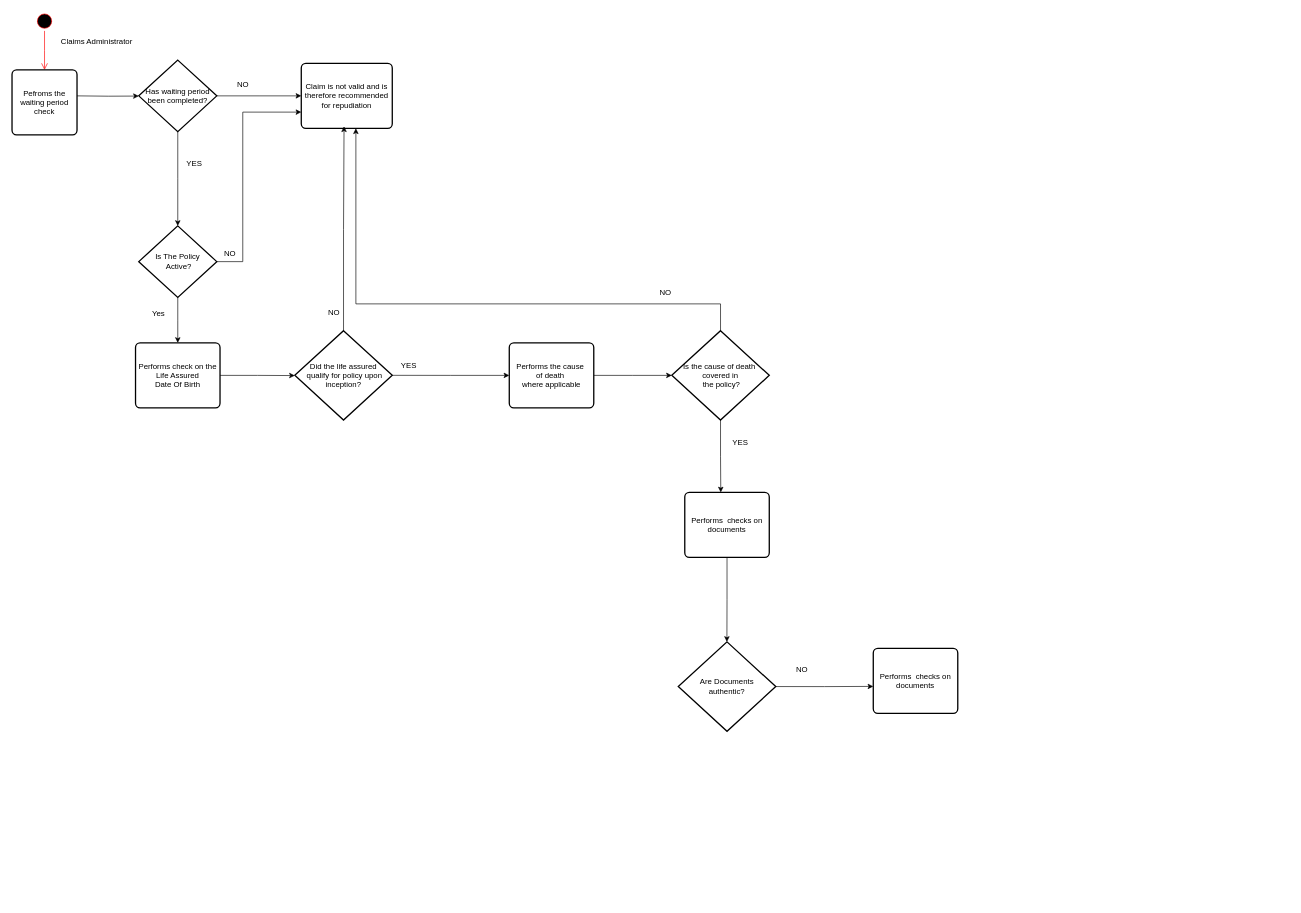
Earlier version of the draw.io diagram Performance of Checks and Calculation of Payable Amount.drawio (mokaty1818795/ticketing). Source tidied: cells renumbered, new cells numbered last; positions are measured from the earlier drawing's top-left corner, leaving out a move shared by most shapes. Both pictures are drawn from the tidied source at 65%, with x=0, y=0 at pixel (12, 11).
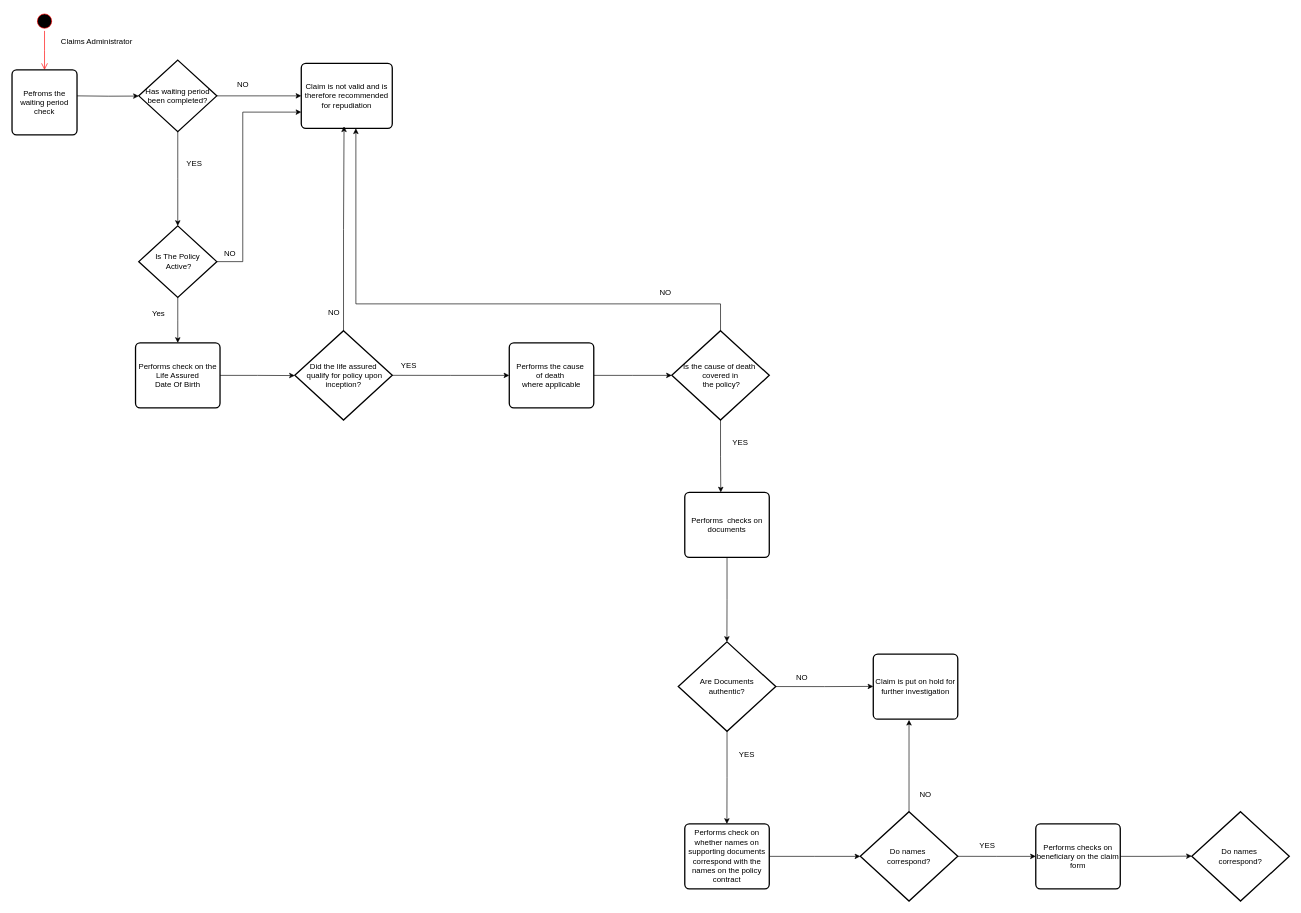
After the change.

Unchanged cells that the change refers to:
```xml
<mxCell id="35" value="Are Documents&lt;br&gt;authentic?" style="strokeWidth=2;html=1;shape=mxgraph.flowchart.decision;whiteSpace=wrap;" parent="1" vertex="1">
  <mxGeometry x="1025" y="970" width="150" height="137.5" as="geometry" />
</mxCell>
```

Change to the diagram source:
```diff
@@
+    <mxCell id="38" style="edgeStyle=orthogonalEdgeStyle;rounded=0;jettySize=auto;html=1;exitX=0.5;exitY=1;exitDx=0;exitDy=0;exitPerimeter=0;" parent="1" edge="1" source="35">
+      <mxGeometry relative="1" as="geometry">
+        <mxPoint x="1099.8" y="1250" as="targetPoint" />
+      </mxGeometry>
+    </mxCell>
@@
     <mxCell id="36" value="NO" style="text;html=1;align=center;verticalAlign=middle;strokeColor=none;fillColor=none;" parent="1" vertex="1">
-      <mxGeometry x="1195" y="998" width="40" height="30" as="geometry" />
+      <mxGeometry x="1195" y="1010" width="40" height="30" as="geometry" />
     </mxCell>
-    <mxCell id="37" value="Performs&amp;nbsp; checks on documents" style="rounded=1;whiteSpace=wrap;html=1;absoluteArcSize=1;arcSize=14;strokeWidth=2;" parent="1" vertex="1">
-      <mxGeometry x="1325" y="980" width="130" height="100" as="geometry" />
+    <mxCell id="37" value="Claim is put on hold for further investigation" style="rounded=1;whiteSpace=wrap;html=1;absoluteArcSize=1;arcSize=14;strokeWidth=2;" parent="1" vertex="1">
+      <mxGeometry x="1325" y="989" width="130" height="100" as="geometry" />
     </mxCell>
+    <mxCell id="39" value="YES" style="text;html=1;align=center;verticalAlign=middle;strokeColor=none;fillColor=none;" parent="1" vertex="1">
+      <mxGeometry x="1105" y="1128" width="50" height="30" as="geometry" />
+    </mxCell>
+    <mxCell id="40" style="edgeStyle=orthogonalEdgeStyle;rounded=0;jettySize=auto;html=1;exitX=1;exitY=0.5;exitDx=0;exitDy=0;" parent="1" edge="1" source="41">
+      <mxGeometry relative="1" as="geometry">
+        <mxPoint x="1305" y="1300" as="targetPoint" />
+      </mxGeometry>
+    </mxCell>
+    <mxCell id="41" value="Performs check on whether names on supporting documents&lt;br&gt;correspond with the names on the policy contract" style="rounded=1;whiteSpace=wrap;html=1;absoluteArcSize=1;arcSize=14;strokeWidth=2;" parent="1" vertex="1">
+      <mxGeometry x="1035" y="1250" width="130" height="100" as="geometry" />
+    </mxCell>
+    <mxCell id="42" style="edgeStyle=orthogonalEdgeStyle;rounded=0;jettySize=auto;html=1;exitX=1;exitY=0.5;exitDx=0;exitDy=0;exitPerimeter=0;" parent="1" edge="1" source="43">
+      <mxGeometry relative="1" as="geometry">
+        <mxPoint x="1575" y="1300" as="targetPoint" />
+      </mxGeometry>
+    </mxCell>
+    <mxCell id="43" value="Do names&amp;nbsp;&lt;div&gt;correspond?&lt;/div&gt;" style="strokeWidth=2;html=1;shape=mxgraph.flowchart.decision;whiteSpace=wrap;" parent="1" vertex="1">
+      <mxGeometry x="1305" y="1231.2" width="150" height="137.5" as="geometry" />
+    </mxCell>
+    <mxCell id="44" value="NO" style="text;html=1;align=center;verticalAlign=middle;strokeColor=none;fillColor=none;" parent="1" vertex="1">
+      <mxGeometry x="1385" y="1190" width="40" height="30" as="geometry" />
+    </mxCell>
+    <mxCell id="45" value="YES" style="text;html=1;align=center;verticalAlign=middle;strokeColor=none;fillColor=none;" parent="1" vertex="1">
+      <mxGeometry x="1475" y="1268" width="50" height="30" as="geometry" />
+    </mxCell>
+    <mxCell id="46" style="edgeStyle=orthogonalEdgeStyle;rounded=0;jettySize=auto;html=1;exitX=0.5;exitY=0;exitDx=0;exitDy=0;exitPerimeter=0;" parent="1" edge="1" source="43">
+      <mxGeometry relative="1" as="geometry">
+        <mxPoint x="1380" y="1090" as="targetPoint" />
+      </mxGeometry>
+    </mxCell>
+    <mxCell id="47" style="edgeStyle=orthogonalEdgeStyle;rounded=0;jettySize=auto;html=1;exitX=1;exitY=0.5;exitDx=0;exitDy=0;" parent="1" edge="1" source="48">
+      <mxGeometry relative="1" as="geometry">
+        <mxPoint x="1815" y="1299.6" as="targetPoint" />
+      </mxGeometry>
+    </mxCell>
+    <mxCell id="48" value="Performs checks on&lt;br&gt;beneficiary on the claim&lt;br&gt;form" style="rounded=1;whiteSpace=wrap;html=1;absoluteArcSize=1;arcSize=14;strokeWidth=2;" parent="1" vertex="1">
+      <mxGeometry x="1575" y="1250" width="130" height="100" as="geometry" />
+    </mxCell>
+    <mxCell id="49" value="Do names&amp;nbsp;&lt;div&gt;correspond?&lt;/div&gt;" style="strokeWidth=2;html=1;shape=mxgraph.flowchart.decision;whiteSpace=wrap;" parent="1" vertex="1">
+      <mxGeometry x="1815" y="1231.2" width="150" height="137.5" as="geometry" />
+    </mxCell>
```
